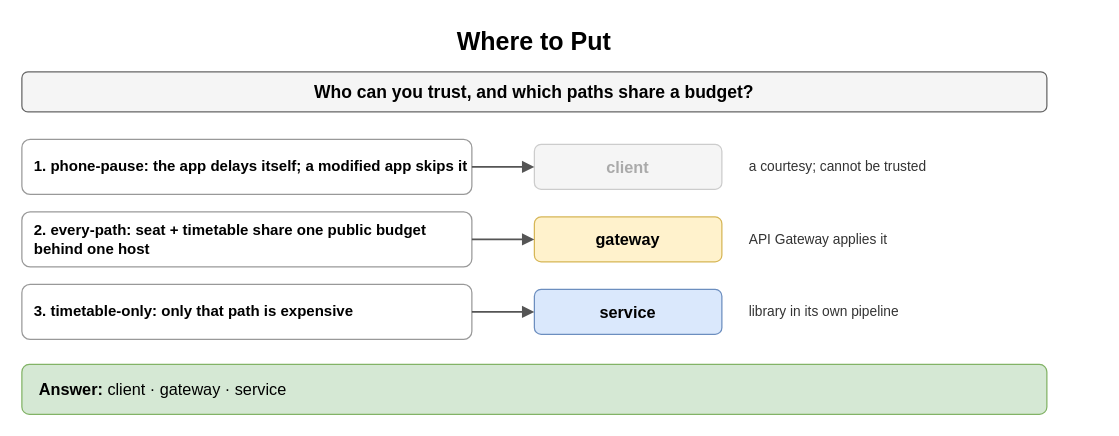
Above: page "Where to Put" (1 of 8) of content/09_System_Design_Interview/17_Rate_Limiting_and_Throttling/diagrams/rate-limiting-drills.drawio in amendez13/swe-study-guide (draw.io), before the change. Source tidied: cells renumbered, new cells numbered last; positions are measured from the earlier drawing's top-left corner, leaving out a move shared by most shapes. Both pictures are drawn from the tidied source at 125%, with x=0, y=0 at pixel (21, 21).
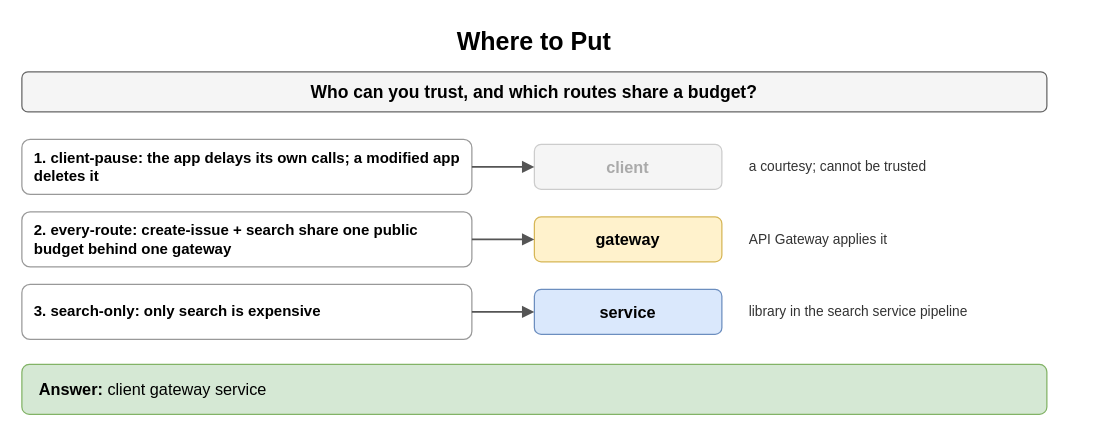
The same page after the edit.

Diff of the diagram source:
```diff
@@
 <mxGraphModel>
   <root>
     <mxCell id="0" />
     <mxCell id="1" parent="0" />
     <mxCell id="2" value="Where to Put" style="text;html=1;align=center;verticalAlign=middle;whiteSpace=wrap;fontSize=20;fontStyle=1;" parent="1" vertex="1">
       <mxGeometry width="820" height="30" as="geometry" />
     </mxCell>
-    <mxCell id="3" value="Who can you trust, and which paths share a budget?" style="rounded=1;whiteSpace=wrap;html=1;fillColor=#f5f5f5;strokeColor=#666666;fontStyle=1;fontSize=14;" parent="1" vertex="1">
+    <mxCell id="3" value="Who can you trust, and which routes share a budget?" style="rounded=1;whiteSpace=wrap;html=1;fillColor=#f5f5f5;strokeColor=#666666;fontStyle=1;fontSize=14;" parent="1" vertex="1">
       <mxGeometry y="40" width="820" height="32" as="geometry" />
     </mxCell>
-    <mxCell id="4" value="1. phone-pause: the app delays itself; a modified app skips it" style="rounded=1;whiteSpace=wrap;html=1;fillColor=#ffffff;strokeColor=#999999;fontSize=12;align=left;fontStyle=1;spacingLeft=8;" parent="1" vertex="1">
+    <mxCell id="4" value="1. client-pause: the app delays its own calls; a modified app deletes it" style="rounded=1;whiteSpace=wrap;html=1;fillColor=#ffffff;strokeColor=#999999;fontSize=12;align=left;fontStyle=1;spacingLeft=8;" parent="1" vertex="1">
       <mxGeometry y="94" width="360" height="44" as="geometry" />
     </mxCell>
     <mxCell id="5" value="client" style="rounded=1;whiteSpace=wrap;html=1;fillColor=#f5f5f5;strokeColor=#cccccc;fontSize=13;align=center;fontStyle=1;fontColor=#aaaaaa;" parent="1" vertex="1">
       <mxGeometry x="410" y="98" width="150" height="36" as="geometry" />
     </mxCell>
     <mxCell id="6" style="endArrow=block;endSize=6;html=1;strokeWidth=1.5;strokeColor=#555555;fontSize=11;labelBackgroundColor=#ffffff;" parent="1" edge="1" source="4" target="5">
       <mxGeometry relative="1" as="geometry" />
     </mxCell>
     <mxCell id="7" value="a courtesy; cannot be trusted" style="text;html=1;whiteSpace=wrap;fontSize=11;align=left;verticalAlign=middle;fontSize=11;fontColor=#333333;" parent="1" vertex="1">
       <mxGeometry x="580" y="94" width="280" height="44" as="geometry" />
     </mxCell>
-    <mxCell id="8" value="2. every-path: seat + timetable share one public budget behind one host" style="rounded=1;whiteSpace=wrap;html=1;fillColor=#ffffff;strokeColor=#999999;fontSize=12;align=left;fontStyle=1;spacingLeft=8;" parent="1" vertex="1">
+    <mxCell id="8" value="2. every-route: create-issue + search share one public budget behind one gateway" style="rounded=1;whiteSpace=wrap;html=1;fillColor=#ffffff;strokeColor=#999999;fontSize=12;align=left;fontStyle=1;spacingLeft=8;" parent="1" vertex="1">
       <mxGeometry y="152" width="360" height="44" as="geometry" />
     </mxCell>
     <mxCell id="9" value="gateway" style="rounded=1;whiteSpace=wrap;html=1;fillColor=#fff2cc;strokeColor=#d6b656;fontSize=13;align=center;fontStyle=1;" parent="1" vertex="1">
       <mxGeometry x="410" y="156" width="150" height="36" as="geometry" />
     </mxCell>
     <mxCell id="10" style="endArrow=block;endSize=6;html=1;strokeWidth=1.5;strokeColor=#555555;fontSize=11;labelBackgroundColor=#ffffff;" parent="1" edge="1" source="8" target="9">
       <mxGeometry relative="1" as="geometry" />
     </mxCell>
     <mxCell id="11" value="API Gateway applies it" style="text;html=1;whiteSpace=wrap;fontSize=11;align=left;verticalAlign=middle;fontSize=11;fontColor=#333333;" parent="1" vertex="1">
       <mxGeometry x="580" y="152" width="280" height="44" as="geometry" />
     </mxCell>
-    <mxCell id="12" value="3. timetable-only: only that path is expensive" style="rounded=1;whiteSpace=wrap;html=1;fillColor=#ffffff;strokeColor=#999999;fontSize=12;align=left;fontStyle=1;spacingLeft=8;" parent="1" vertex="1">
+    <mxCell id="12" value="3. search-only: only search is expensive" style="rounded=1;whiteSpace=wrap;html=1;fillColor=#ffffff;strokeColor=#999999;fontSize=12;align=left;fontStyle=1;spacingLeft=8;" parent="1" vertex="1">
       <mxGeometry y="210" width="360" height="44" as="geometry" />
     </mxCell>
     <mxCell id="13" value="service" style="rounded=1;whiteSpace=wrap;html=1;fillColor=#dae8fc;strokeColor=#6c8ebf;fontSize=13;align=center;fontStyle=1;" parent="1" vertex="1">
       <mxGeometry x="410" y="214" width="150" height="36" as="geometry" />
     </mxCell>
     <mxCell id="14" style="endArrow=block;endSize=6;html=1;strokeWidth=1.5;strokeColor=#555555;fontSize=11;labelBackgroundColor=#ffffff;" parent="1" edge="1" source="12" target="13">
       <mxGeometry relative="1" as="geometry" />
     </mxCell>
-    <mxCell id="15" value="library in its own pipeline" style="text;html=1;whiteSpace=wrap;fontSize=11;align=left;verticalAlign=middle;fontSize=11;fontColor=#333333;" parent="1" vertex="1">
+    <mxCell id="15" value="library in the search service pipeline" style="text;html=1;whiteSpace=wrap;fontSize=11;align=left;verticalAlign=middle;fontSize=11;fontColor=#333333;" parent="1" vertex="1">
       <mxGeometry x="580" y="210" width="280" height="44" as="geometry" />
     </mxCell>
-    <mxCell id="16" value="&lt;b&gt;Answer:&lt;/b&gt; client · gateway · service" style="rounded=1;whiteSpace=wrap;html=1;fillColor=#d5e8d4;strokeColor=#82b366;fontSize=13;align=left;spacingLeft=12;" parent="1" vertex="1">
+    <mxCell id="16" value="&lt;b&gt;Answer:&lt;/b&gt; client gateway service" style="rounded=1;whiteSpace=wrap;html=1;fillColor=#d5e8d4;strokeColor=#82b366;fontSize=13;align=left;spacingLeft=12;" parent="1" vertex="1">
       <mxGeometry y="274" width="820" height="40" as="geometry" />
     </mxCell>
   </root>
 </mxGraphModel>
```
